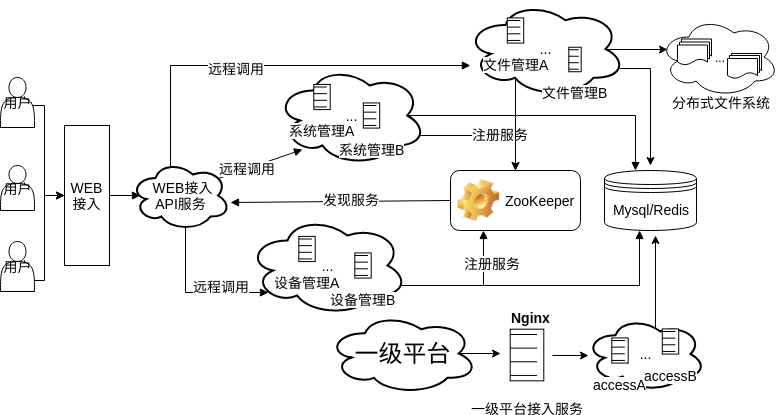
Above: framework.png in waterwatermelon/graph (draw.io), before the change. Source tidied: cells renumbered, new cells last; positions are measured from the earlier drawing's top-left corner, leaving out a move shared by most shapes.
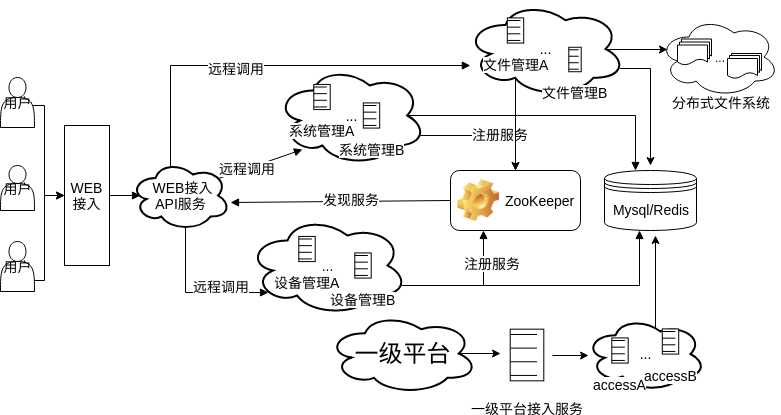
Above is the later version.

Diff of the diagram source:
```diff
@@ -171,9 +171,6 @@
     <mxCell id="46" value="一级平台接入服务" style="shape=mxgraph.bpmn.shape;html=1;verticalLabelPosition=bottom;labelBackgroundColor=#ffffff;verticalAlign=top;align=center;perimeter=rhombusPerimeter;symbol=conditional;strokeColor=#000000;strokeWidth=1;fillColor=#FFFFFF;fontSize=14;" parent="1" vertex="1">
       <mxGeometry x="484.5" y="315.5" width="84" height="76" as="geometry" />
     </mxCell>
-    <mxCell id="47" value="&lt;b&gt;&lt;font style=&quot;font-size: 14px&quot;&gt;Nginx&lt;/font&gt;&lt;/b&gt;" style="text;html=1;align=left;verticalAlign=top;spacingTop=-4;" parent="1" vertex="1">
-      <mxGeometry x="508.5" y="305.5" width="50" height="20" as="geometry" />
-    </mxCell>
     <mxCell id="48" style="shape=document;whiteSpace=wrap;html=1;boundedLbl=1;" parent="1" vertex="1">
       <mxGeometry x="681" y="37.5" width="30" height="20" as="geometry" />
     </mxCell>
```
